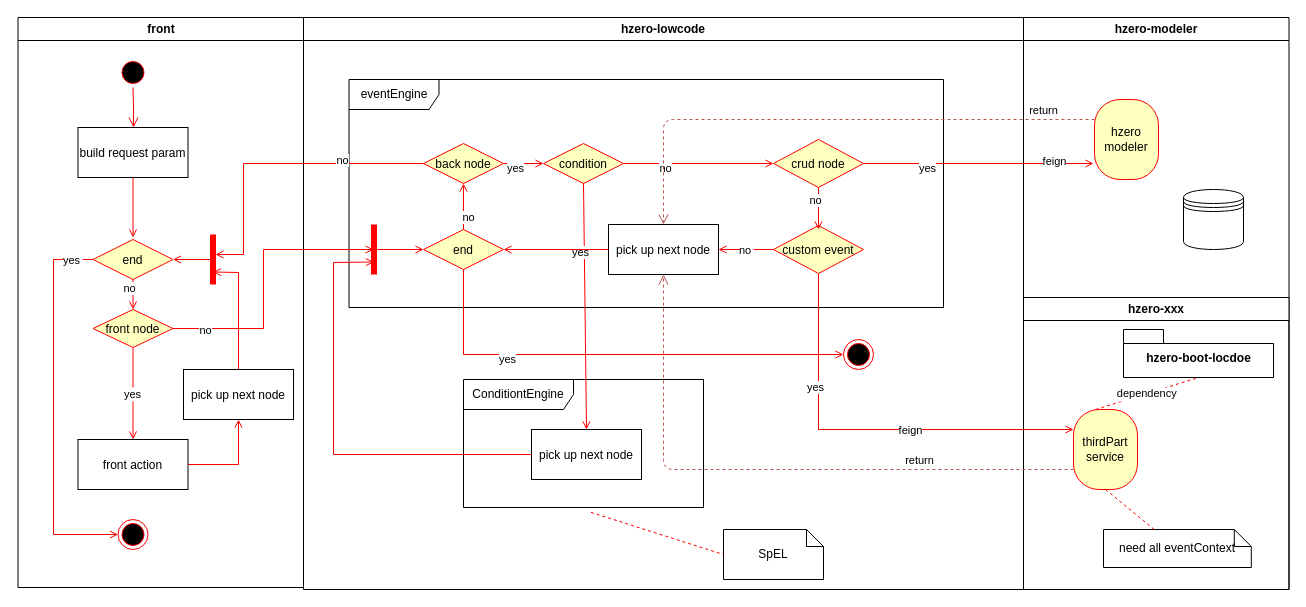
Earlier version of the draw.io diagram page "事件引擎" (2 of 2) of eventEngine.drawio (eru97/draw-io). Source tidied: cells renumbered, new cells numbered last; positions are measured from the earlier drawing's top-left corner, leaving out a move shared by most shapes. Both pictures are drawn from the tidied source at 100%, with x=0, y=0 at pixel (17, 17).
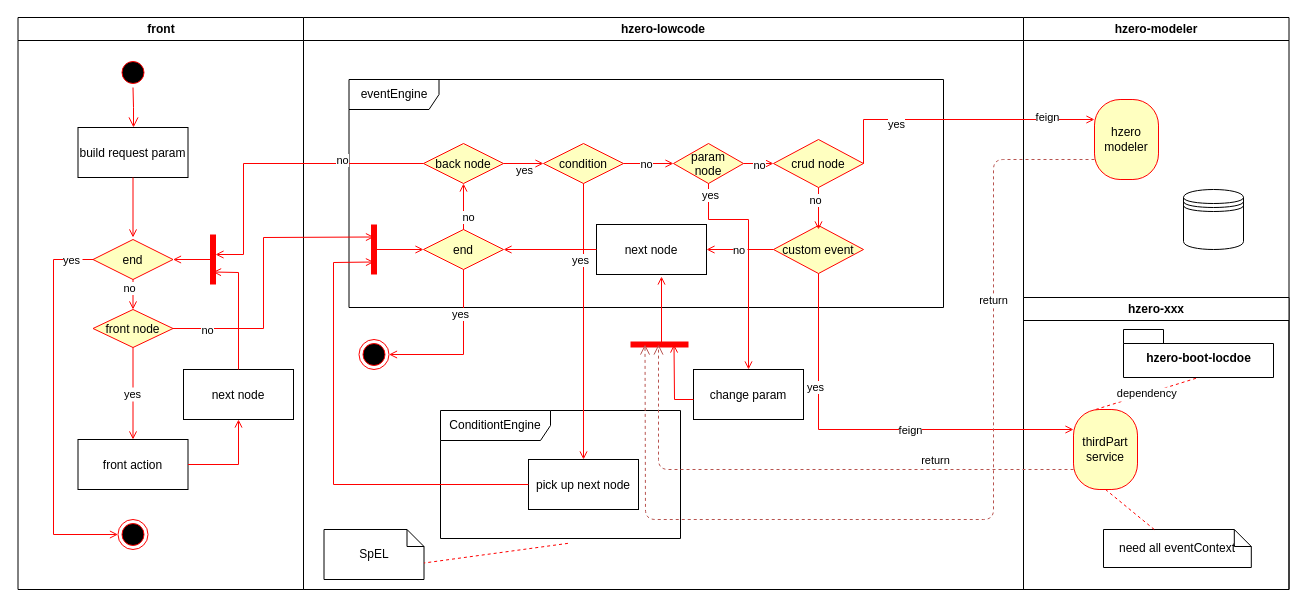
Above is the later version.

Unchanged cells that the change refers to:
```xml
<mxCell id="9" value="front node" style="rhombus;fillColor=#ffffc0;strokeColor=#ff0000;" parent="2" vertex="1">
  <mxGeometry x="75" y="292" width="80" height="38" as="geometry" />
</mxCell>
<mxCell id="20" value="hzero-lowcode" style="swimlane;whiteSpace=wrap;" parent="1" vertex="1">
  <mxGeometry x="286" width="720" height="572" as="geometry" />
</mxCell>
<mxCell id="25" value="end" style="rhombus;fillColor=#ffffc0;strokeColor=#ff0000;" parent="20" vertex="1">
  <mxGeometry x="120" y="212" width="80" height="40" as="geometry" />
</mxCell>
<mxCell id="26" value="condition" style="rhombus;fillColor=#ffffc0;strokeColor=#ff0000;" parent="20" vertex="1">
  <mxGeometry x="240" y="126" width="80" height="40" as="geometry" />
</mxCell>
<mxCell id="29" value="crud node" style="rhombus;fillColor=#ffffc0;strokeColor=#ff0000;" parent="20" vertex="1">
  <mxGeometry x="470" y="122" width="90" height="48" as="geometry" />
</mxCell>
<mxCell id="33" style="shape=line;strokeWidth=6;strokeColor=#ff0000;rotation=90;" parent="20" vertex="1">
  <mxGeometry x="45.5" y="224.5" width="50" height="15" as="geometry" />
</mxCell>
<mxCell id="40" style="endArrow=open;strokeColor=#FF0000;endFill=1;rounded=0;exitX=1;exitY=0.5;exitDx=0;exitDy=0;entryX=0;entryY=0.5;entryDx=0;entryDy=0;" parent="20" edge="1" source="28" target="26">
  <mxGeometry relative="1" as="geometry" />
</mxCell>
<mxCell id="53" value="&lt;span&gt;thirdPart service&lt;/span&gt;" style="rounded=1;whiteSpace=wrap;html=1;arcSize=40;fontColor=#000000;fillColor=#ffffc0;strokeColor=#ff0000;direction=south;" parent="48" vertex="1">
  <mxGeometry x="50" y="112" width="64" height="80" as="geometry" />
</mxCell>
<mxCell id="54" value="&lt;span&gt;hzero&lt;br&gt;modeler&lt;br&gt;&lt;/span&gt;" style="rounded=1;whiteSpace=wrap;html=1;arcSize=40;fontColor=#000000;fillColor=#ffffc0;strokeColor=#ff0000;direction=south;" parent="47" vertex="1">
  <mxGeometry x="71" y="82" width="64" height="80" as="geometry" />
</mxCell>
```

The edit, as a diff of the source:
```diff
@@
     <mxCell id="2" value="front" style="swimlane;whiteSpace=wrap;" parent="1" vertex="1">
-      <mxGeometry x="0.5" width="285.5" height="570" as="geometry" />
+      <mxGeometry x="0.5" width="285.5" height="572" as="geometry" />
     </mxCell>
@@
-    <mxCell id="15" value="pick up next node" parent="2" vertex="1">
+    <mxCell id="15" value="next node" parent="2" vertex="1">
       <mxGeometry x="165.5" y="352" width="110" height="50" as="geometry" />
     </mxCell>
@@
     <mxCell id="22" value="ConditiontEngine" style="shape=umlFrame;whiteSpace=wrap;html=1;width=110;height=30;" parent="20" vertex="1">
-      <mxGeometry x="160" y="362" width="240" height="128" as="geometry" />
+      <mxGeometry x="137" y="393" width="240" height="128" as="geometry" />
     </mxCell>
     <mxCell id="23" value="SpEL" style="shape=note;whiteSpace=wrap;size=17;" parent="20" vertex="1">
-      <mxGeometry x="420" y="512" width="100" height="50" as="geometry" />
+      <mxGeometry x="20.5" y="512" width="100" height="50" as="geometry" />
     </mxCell>
-    <mxCell id="24" style="endArrow=none;strokeColor=#FF0000;endFill=0;rounded=0;dashed=1;entryX=0;entryY=0.5;entryDx=0;entryDy=0;entryPerimeter=0;exitX=0.531;exitY=1.038;exitDx=0;exitDy=0;exitPerimeter=0;" parent="20" edge="1" source="22" target="23">
+    <mxCell id="24" style="endArrow=none;strokeColor=#FF0000;endFill=0;rounded=0;dashed=1;entryX=0;entryY=0;entryDx=100;entryDy=33.5;entryPerimeter=0;exitX=0.531;exitY=1.038;exitDx=0;exitDy=0;exitPerimeter=0;" parent="20" edge="1" source="22" target="23">
       <mxGeometry relative="1" as="geometry" />
     </mxCell>
@@
     <mxCell id="32" value="pick up next node" parent="20" vertex="1">
-      <mxGeometry x="228" y="412" width="110" height="50" as="geometry" />
+      <mxGeometry x="225" y="442" width="110" height="50" as="geometry" />
     </mxCell>
@@
     <mxCell id="34" style="endArrow=open;strokeColor=#FF0000;endFill=1;rounded=0;exitX=0;exitY=0.5;exitDx=0;exitDy=0;entryX=0.75;entryY=0.5;entryDx=0;entryDy=0;entryPerimeter=0;" parent="20" edge="1" source="32" target="33">
       <mxGeometry relative="1" as="geometry">
         <Array as="points">
-          <mxPoint x="30" y="437" />
+          <mxPoint x="30" y="467" />
           <mxPoint x="30" y="245" />
         </Array>
       </mxGeometry>
     </mxCell>
     <mxCell id="35" style="ellipse;html=1;shape=endState;fillColor=#000000;strokeColor=#ff0000;" parent="20" vertex="1">
-      <mxGeometry x="540" y="322" width="30" height="30" as="geometry" />
+      <mxGeometry x="55.5" y="322" width="30" height="30" as="geometry" />
     </mxCell>
-    <mxCell id="36" style="endArrow=open;strokeColor=#FF0000;endFill=1;rounded=0;exitX=0.5;exitY=1;exitDx=0;exitDy=0;entryX=0;entryY=0.5;entryDx=0;entryDy=0;" parent="20" edge="1" source="25" target="35">
+    <mxCell id="36" style="endArrow=open;strokeColor=#FF0000;endFill=1;rounded=0;exitX=0.5;exitY=1;exitDx=0;exitDy=0;entryX=1;entryY=0.5;entryDx=0;entryDy=0;" parent="20" edge="1" source="25" target="35">
       <mxGeometry relative="1" as="geometry">
         <Array as="points">
           <mxPoint x="160" y="337" />
         </Array>
       </mxGeometry>
     </mxCell>
@@
     <mxCell id="41" value="yes" style="edgeLabel;html=1;align=center;verticalAlign=middle;" parent="40" vertex="1">
-      <mxGeometry x="-0.45" y="-4" relative="1" as="geometry" />
+      <mxGeometry x="-0.45" y="-4" relative="1" as="geometry">
+        <mxPoint x="9" y="2" as="offset" />
+      </mxGeometry>
     </mxCell>
-    <mxCell id="42" style="endArrow=open;strokeColor=#FF0000;endFill=1;rounded=0;exitX=1;exitY=0.5;exitDx=0;exitDy=0;entryX=0;entryY=0.5;entryDx=0;entryDy=0;" parent="20" edge="1" source="26" target="29">
-      <mxGeometry relative="1" as="geometry" />
+    <mxCell id="42" style="endArrow=open;strokeColor=#FF0000;endFill=1;rounded=0;exitX=1;exitY=0.5;exitDx=0;exitDy=0;" parent="20" edge="1" source="26">
+      <mxGeometry relative="1" as="geometry">
+        <mxPoint x="370" y="146" as="targetPoint" />
+      </mxGeometry>
     </mxCell>
     <mxCell id="43" value="no" style="edgeLabel;html=1;align=center;verticalAlign=middle;" parent="42" vertex="1">
-      <mxGeometry x="-0.45" y="-4" relative="1" as="geometry" />
+      <mxGeometry x="-0.45" y="-4" relative="1" as="geometry">
+        <mxPoint x="8.8" y="-4" as="offset" />
+      </mxGeometry>
     </mxCell>
-    <mxCell id="44" value="pick up next node" parent="20" vertex="1">
-      <mxGeometry x="305" y="207" width="110" height="50" as="geometry" />
+    <mxCell id="44" value="next node" parent="20" vertex="1">
+      <mxGeometry x="293" y="207" width="110" height="50" as="geometry" />
     </mxCell>
@@
+    <mxCell id="71" value="param&#10;node" style="rhombus;fillColor=#ffffc0;strokeColor=#ff0000;" parent="20" vertex="1">
+      <mxGeometry x="370" y="126" width="70" height="40" as="geometry" />
+    </mxCell>
+    <mxCell id="72" value="change param" parent="20" vertex="1">
+      <mxGeometry x="390" y="352" width="110" height="50" as="geometry" />
+    </mxCell>
+    <mxCell id="73" style="endArrow=open;strokeColor=#FF0000;endFill=1;rounded=0;exitX=0.5;exitY=1;exitDx=0;exitDy=0;entryX=0.5;entryY=0;entryDx=0;entryDy=0;" parent="20" edge="1" source="71" target="72">
+      <mxGeometry relative="1" as="geometry">
+        <Array as="points">
+          <mxPoint x="405" y="182" />
+          <mxPoint x="405" y="202" />
+          <mxPoint x="445" y="202" />
+        </Array>
+      </mxGeometry>
+    </mxCell>
+    <mxCell id="74" value="yes" style="edgeLabel;html=1;align=center;verticalAlign=middle;" parent="73" vertex="1">
+      <mxGeometry x="-0.9" y="1" relative="1" as="geometry" />
+    </mxCell>
+    <mxCell id="75" style="endArrow=open;strokeColor=#FF0000;endFill=1;rounded=0;exitX=1;exitY=0.5;exitDx=0;exitDy=0;entryX=0;entryY=0.5;entryDx=0;entryDy=0;" parent="20" edge="1" source="71" target="29">
+      <mxGeometry relative="1" as="geometry" />
+    </mxCell>
+    <mxCell id="76" value="no" style="edgeLabel;html=1;align=center;verticalAlign=middle;" parent="75" vertex="1">
+      <mxGeometry y="-1" relative="1" as="geometry" />
+    </mxCell>
+    <mxCell id="77" style="shape=line;strokeWidth=6;strokeColor=#ff0000;rotation=90;direction=south;" parent="20" vertex="1">
+      <mxGeometry x="348.5" y="298" width="15" height="58" as="geometry" />
+    </mxCell>
+    <mxCell id="78" style="endArrow=open;strokeColor=#FF0000;endFill=1;rounded=0;entryX=0.25;entryY=0.5;entryDx=0;entryDy=0;entryPerimeter=0;" parent="20" edge="1" target="77">
+      <mxGeometry relative="1" as="geometry">
+        <mxPoint x="390" y="382" as="sourcePoint" />
+        <Array as="points">
+          <mxPoint x="371" y="382" />
+        </Array>
+      </mxGeometry>
+    </mxCell>
+    <mxCell id="79" style="endArrow=open;strokeColor=#FF0000;endFill=1;rounded=0;entryX=0.591;entryY=1.04;entryDx=0;entryDy=0;entryPerimeter=0;" parent="20" edge="1" target="44">
+      <mxGeometry relative="1" as="geometry">
+        <mxPoint x="358" y="327" as="sourcePoint" />
+      </mxGeometry>
+    </mxCell>
@@
-    <mxCell id="56" style="endArrow=open;strokeColor=#FF0000;endFill=1;rounded=0;exitX=1;exitY=0.5;exitDx=0;exitDy=0;entryX=0.5;entryY=0.533;entryDx=0;entryDy=0;entryPerimeter=0;" parent="1" edge="1" source="9" target="33">
+    <mxCell id="56" style="endArrow=open;strokeColor=#FF0000;endFill=1;rounded=0;exitX=1;exitY=0.5;exitDx=0;exitDy=0;entryX=0.25;entryY=0.5;entryDx=0;entryDy=0;entryPerimeter=0;" parent="1" edge="1" source="9" target="33">
       <mxGeometry relative="1" as="geometry">
         <Array as="points">
           <mxPoint x="246" y="311" />
-          <mxPoint x="246" y="232" />
+          <mxPoint x="246" y="220" />
         </Array>
       </mxGeometry>
     </mxCell>
@@
-    <mxCell id="58" style="endArrow=open;strokeColor=#FF0000;endFill=1;rounded=0;exitX=1;exitY=0.5;exitDx=0;exitDy=0;" parent="1" edge="1" source="29">
+    <mxCell id="58" style="endArrow=open;strokeColor=#FF0000;endFill=1;rounded=0;exitX=1;exitY=0.5;exitDx=0;exitDy=0;entryX=0.25;entryY=1;entryDx=0;entryDy=0;" parent="1" edge="1" source="29" target="54">
       <mxGeometry relative="1" as="geometry">
-        <mxPoint x="1076" y="146" as="targetPoint" />
+        <Array as="points">
+          <mxPoint x="846" y="102" />
+        </Array>
       </mxGeometry>
     </mxCell>
@@
-    <mxCell id="69" value="return" style="html=1;verticalAlign=bottom;endArrow=open;dashed=1;endSize=8;exitX=0.75;exitY=1;exitDx=0;exitDy=0;entryX=0.5;entryY=1;entryDx=0;entryDy=0;fillColor=#f8cecc;strokeColor=#b85450;" parent="1" edge="1" source="53" target="44">
+    <mxCell id="69" value="return" style="html=1;verticalAlign=bottom;endArrow=open;dashed=1;endSize=8;exitX=0.75;exitY=1;exitDx=0;exitDy=0;fillColor=#f8cecc;strokeColor=#b85450;" parent="1" edge="1" source="53">
       <mxGeometry x="-0.49" relative="1" as="geometry">
+        <mxPoint x="641" y="327" as="targetPoint" />
         <Array as="points">
-          <mxPoint x="646" y="452" />
+          <mxPoint x="641" y="452" />
         </Array>
       </mxGeometry>
     </mxCell>
-    <mxCell id="70" value="return" style="html=1;verticalAlign=bottom;endArrow=open;dashed=1;endSize=8;exitX=0.25;exitY=1;exitDx=0;exitDy=0;entryX=0.5;entryY=0;entryDx=0;entryDy=0;fillColor=#f8cecc;strokeColor=#b85450;" parent="1" edge="1" source="54" target="44">
-      <mxGeometry x="-0.81" relative="1" as="geometry">
+    <mxCell id="70" value="return" style="html=1;verticalAlign=bottom;endArrow=open;dashed=1;endSize=8;exitX=0.75;exitY=1;exitDx=0;exitDy=0;fillColor=#f8cecc;strokeColor=#b85450;entryX=0.75;entryY=0.5;entryDx=0;entryDy=0;entryPerimeter=0;" parent="1" edge="1" source="54" target="77">
+      <mxGeometry x="-0.49" relative="1" as="geometry">
         <Array as="points">
-          <mxPoint x="646" y="102" />
+          <mxPoint x="976" y="142" />
+          <mxPoint x="976" y="502" />
+          <mxPoint x="628" y="502" />
         </Array>
       </mxGeometry>
     </mxCell>
```
